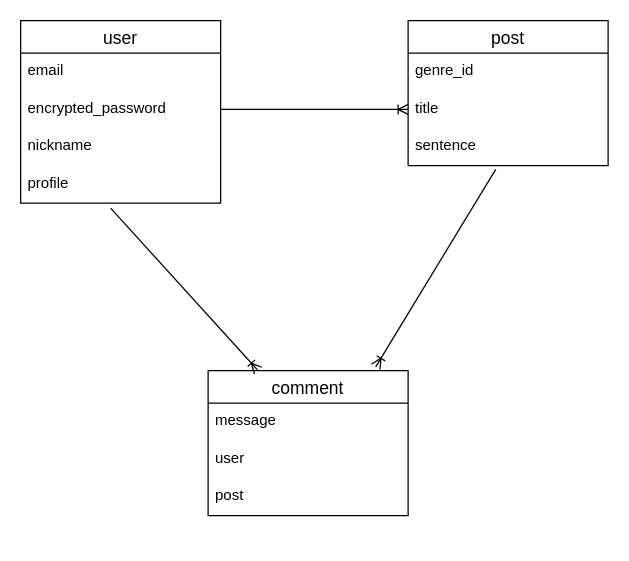
Above: ogiri.dio in tetsu1026/ogiri-app (draw.io), before the change. Source tidied: cells renumbered, new cells numbered last; positions are measured from the earlier drawing's top-left corner, leaving out a move shared by most shapes. Both pictures are drawn from the tidied source at 125%, with x=0, y=0 at pixel (20, 20).
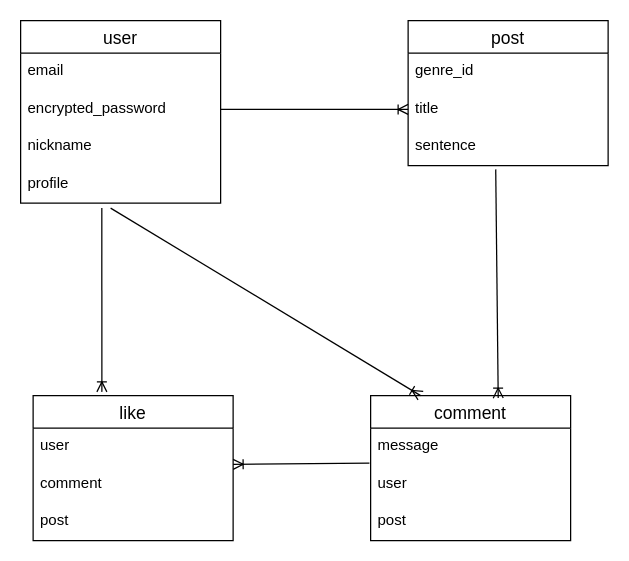
The same page after the edit.

The change refers to these unchanged cells:
```xml
<mxCell id="6" value="profile" style="text;strokeColor=none;fillColor=none;spacingLeft=4;spacingRight=4;overflow=hidden;points=[[0,0.5],[1,0.5]];portConstraint=eastwest;fontSize=12;" parent="2" vertex="1">
  <mxGeometry y="116" width="160" height="30" as="geometry" />
</mxCell>
<mxCell id="10" value="sentence" style="text;strokeColor=none;fillColor=none;spacingLeft=4;spacingRight=4;overflow=hidden;points=[[0,0.5],[1,0.5]];portConstraint=eastwest;fontSize=12;" parent="7" vertex="1">
  <mxGeometry y="86" width="160" height="30" as="geometry" />
</mxCell>
<mxCell id="12" value="message" style="text;strokeColor=none;fillColor=none;spacingLeft=4;spacingRight=4;overflow=hidden;points=[[0,0.5],[1,0.5]];portConstraint=eastwest;fontSize=12;" parent="11" vertex="1">
  <mxGeometry y="26" width="160" height="30" as="geometry" />
</mxCell>
```

Change to the diagram source:
```diff
@@
     <mxCell id="11" value="comment" style="swimlane;fontStyle=0;horizontal=1;startSize=26;align=center;fontSize=14;" parent="1" vertex="1">
-      <mxGeometry x="150" y="280" width="160" height="116" as="geometry" />
+      <mxGeometry x="280" y="300" width="160" height="116" as="geometry" />
     </mxCell>
@@
-    <mxCell id="17" style="fontSize=12;html=1;endArrow=ERoneToMany;exitX=0.438;exitY=1.1;exitDx=0;exitDy=0;exitPerimeter=0;entryX=0.838;entryY=-0.026;entryDx=0;entryDy=0;entryPerimeter=0;" parent="1" edge="1" source="10" target="11">
+    <mxCell id="17" style="fontSize=12;html=1;endArrow=ERoneToMany;exitX=0.438;exitY=1.1;exitDx=0;exitDy=0;exitPerimeter=0;entryX=0.638;entryY=0.017;entryDx=0;entryDy=0;entryPerimeter=0;" parent="1" edge="1" source="10" target="11">
       <mxGeometry relative="1" as="geometry" />
     </mxCell>
+    <mxCell id="18" value="like" style="swimlane;fontStyle=0;horizontal=1;startSize=26;align=center;fontSize=14;" parent="1" vertex="1">
+      <mxGeometry x="10" y="300" width="160" height="116" as="geometry" />
+    </mxCell>
+    <mxCell id="19" value="user" style="text;strokeColor=none;fillColor=none;spacingLeft=4;spacingRight=4;overflow=hidden;fontSize=12;" parent="18" vertex="1">
+      <mxGeometry y="26" width="160" height="30" as="geometry" />
+    </mxCell>
+    <mxCell id="20" value="comment" style="text;strokeColor=none;fillColor=none;spacingLeft=4;spacingRight=4;overflow=hidden;fontSize=12;" parent="18" vertex="1">
+      <mxGeometry y="56" width="160" height="30" as="geometry" />
+    </mxCell>
+    <mxCell id="21" value="post" style="text;strokeColor=none;fillColor=none;spacingLeft=4;spacingRight=4;overflow=hidden;fontSize=12;" parent="18" vertex="1">
+      <mxGeometry y="86" width="160" height="30" as="geometry" />
+    </mxCell>
+    <mxCell id="22" style="fontSize=12;html=1;endArrow=ERoneToMany;exitX=-0.006;exitY=0.933;exitDx=0;exitDy=0;exitPerimeter=0;" parent="1" edge="1" source="12">
+      <mxGeometry relative="1" as="geometry">
+        <mxPoint x="170" y="355" as="targetPoint" />
+      </mxGeometry>
+    </mxCell>
+    <mxCell id="23" style="fontSize=12;html=1;endArrow=ERoneToMany;exitX=0.406;exitY=1.133;exitDx=0;exitDy=0;exitPerimeter=0;" parent="1" edge="1" source="6">
+      <mxGeometry relative="1" as="geometry">
+        <mxPoint x="65" y="297" as="targetPoint" />
+      </mxGeometry>
+    </mxCell>
```
